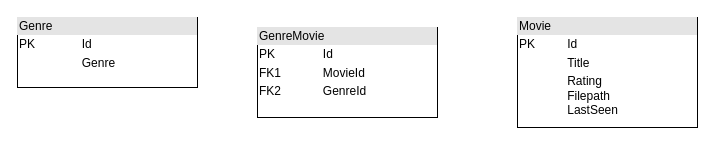
This is resources/dbStructure.drawio from jbn108/MovieExam, a draw.io file, before an edit. Source tidied: cells renumbered, new cells numbered last; positions are measured from the earlier drawing's top-left corner, leaving out a move shared by most shapes. Both pictures are drawn from the tidied source at 100%, with x=0, y=0 at pixel (17, 17).
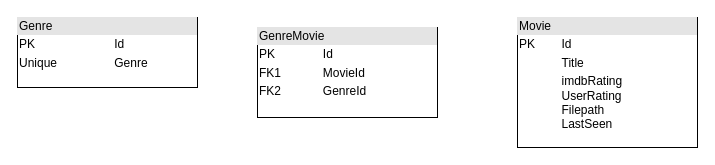
The same diagram, later.

Diff of the diagram source:
```diff
@@
 <mxGraphModel>
   <root>
     <mxCell id="0" />
     <mxCell id="1" parent="0" />
-    <mxCell id="2" value="&lt;div style=&quot;box-sizing: border-box ; width: 100% ; background: #e4e4e4 ; padding: 2px&quot;&gt;Movie&lt;/div&gt;&lt;table style=&quot;width: 100% ; font-size: 1em&quot; cellpadding=&quot;2&quot; cellspacing=&quot;0&quot;&gt;&lt;tbody&gt;&lt;tr&gt;&lt;td&gt;PK&lt;/td&gt;&lt;td&gt;Id&lt;/td&gt;&lt;/tr&gt;&lt;tr&gt;&lt;td&gt;&lt;br&gt;&lt;/td&gt;&lt;td&gt;Title&lt;/td&gt;&lt;/tr&gt;&lt;tr&gt;&lt;td&gt;&lt;/td&gt;&lt;td&gt;Rating&lt;br&gt;Filepath&lt;br&gt;LastSeen&lt;/td&gt;&lt;/tr&gt;&lt;/tbody&gt;&lt;/table&gt;" style="verticalAlign=top;align=left;overflow=fill;html=1;" parent="1" vertex="1">
-      <mxGeometry x="500" width="180" height="110" as="geometry" />
+    <mxCell id="2" value="&lt;div style=&quot;box-sizing: border-box ; width: 100% ; background: #e4e4e4 ; padding: 2px&quot;&gt;Movie&lt;/div&gt;&lt;table style=&quot;width: 100% ; font-size: 1em&quot; cellpadding=&quot;2&quot; cellspacing=&quot;0&quot;&gt;&lt;tbody&gt;&lt;tr&gt;&lt;td&gt;PK&lt;/td&gt;&lt;td&gt;Id&lt;/td&gt;&lt;/tr&gt;&lt;tr&gt;&lt;td&gt;&lt;br&gt;&lt;/td&gt;&lt;td&gt;Title&lt;/td&gt;&lt;/tr&gt;&lt;tr&gt;&lt;td&gt;&lt;/td&gt;&lt;td&gt;imdbRating&lt;br&gt;UserRating&lt;br&gt;Filepath&lt;br&gt;LastSeen&lt;/td&gt;&lt;/tr&gt;&lt;/tbody&gt;&lt;/table&gt;" style="verticalAlign=top;align=left;overflow=fill;html=1;" parent="1" vertex="1">
+      <mxGeometry x="500" width="180" height="130" as="geometry" />
     </mxCell>
-    <mxCell id="3" value="&lt;div style=&quot;box-sizing: border-box ; width: 100% ; background: #e4e4e4 ; padding: 2px&quot;&gt;Genre&lt;/div&gt;&lt;table style=&quot;width: 100% ; font-size: 1em&quot; cellpadding=&quot;2&quot; cellspacing=&quot;0&quot;&gt;&lt;tbody&gt;&lt;tr&gt;&lt;td&gt;PK&lt;/td&gt;&lt;td&gt;Id&lt;/td&gt;&lt;/tr&gt;&lt;tr&gt;&lt;td&gt;&lt;br&gt;&lt;/td&gt;&lt;td&gt;Genre&lt;/td&gt;&lt;/tr&gt;&lt;tr&gt;&lt;td&gt;&lt;/td&gt;&lt;td&gt;&lt;br&gt;&lt;/td&gt;&lt;/tr&gt;&lt;/tbody&gt;&lt;/table&gt;" style="verticalAlign=top;align=left;overflow=fill;html=1;" parent="1" vertex="1">
+    <mxCell id="3" value="&lt;div style=&quot;box-sizing: border-box ; width: 100% ; background: #e4e4e4 ; padding: 2px&quot;&gt;Genre&lt;/div&gt;&lt;table style=&quot;width: 100% ; font-size: 1em&quot; cellpadding=&quot;2&quot; cellspacing=&quot;0&quot;&gt;&lt;tbody&gt;&lt;tr&gt;&lt;td&gt;PK&lt;/td&gt;&lt;td&gt;Id&lt;/td&gt;&lt;/tr&gt;&lt;tr&gt;&lt;td&gt;Unique&lt;/td&gt;&lt;td&gt;Genre&lt;/td&gt;&lt;/tr&gt;&lt;tr&gt;&lt;td&gt;&lt;/td&gt;&lt;td&gt;&lt;br&gt;&lt;/td&gt;&lt;/tr&gt;&lt;/tbody&gt;&lt;/table&gt;" style="verticalAlign=top;align=left;overflow=fill;html=1;" parent="1" vertex="1">
       <mxGeometry width="180" height="70" as="geometry" />
     </mxCell>
     <mxCell id="4" value="&lt;div style=&quot;box-sizing: border-box ; width: 100% ; background: #e4e4e4 ; padding: 2px&quot;&gt;GenreMovie&lt;/div&gt;&lt;table style=&quot;width: 100% ; font-size: 1em&quot; cellpadding=&quot;2&quot; cellspacing=&quot;0&quot;&gt;&lt;tbody&gt;&lt;tr&gt;&lt;td&gt;PK&lt;/td&gt;&lt;td&gt;Id&lt;/td&gt;&lt;/tr&gt;&lt;tr&gt;&lt;td&gt;FK1&lt;/td&gt;&lt;td&gt;MovieId&lt;/td&gt;&lt;/tr&gt;&lt;tr&gt;&lt;td&gt;FK2&lt;/td&gt;&lt;td&gt;GenreId&lt;/td&gt;&lt;/tr&gt;&lt;/tbody&gt;&lt;/table&gt;" style="verticalAlign=top;align=left;overflow=fill;html=1;" parent="1" vertex="1">
       <mxGeometry x="240" y="10" width="180" height="90" as="geometry" />
     </mxCell>
   </root>
 </mxGraphModel>
```
